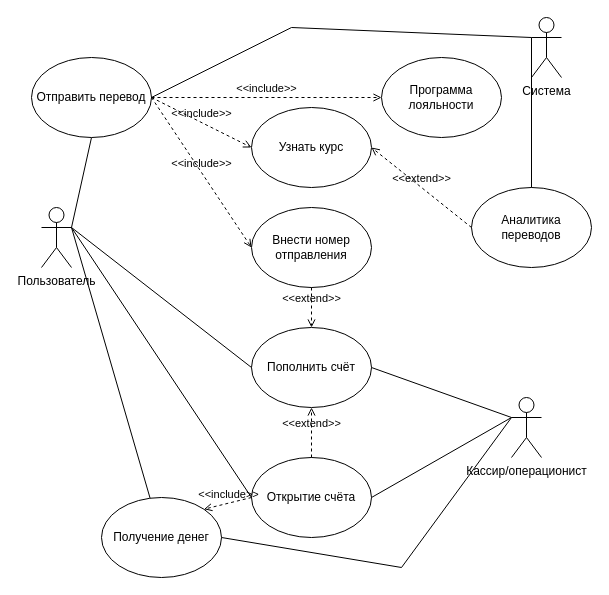
Above: page "Page-2" (2 of 2) of AIKMS2.drawio in nn80nn/DataBases (draw.io), before the change. Source tidied: cells renumbered, new cells numbered last; positions are measured from the earlier drawing's top-left corner, leaving out a move shared by most shapes. Both pictures are drawn from the tidied source at 100%, with x=0, y=0 at pixel (31, 17).
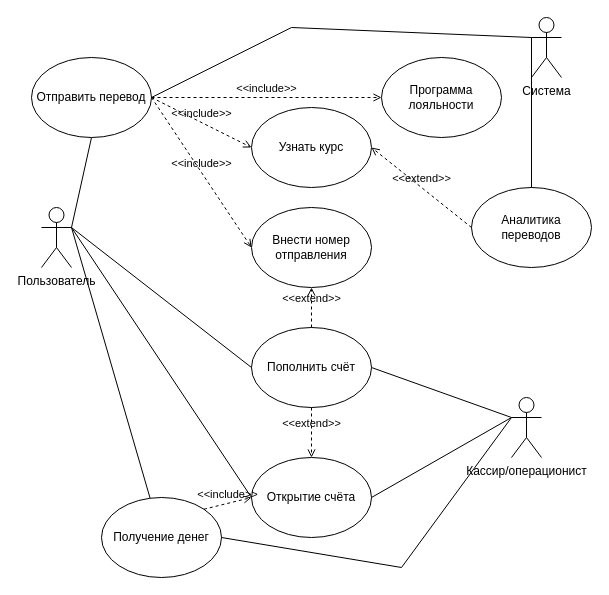
The same page after the edit.

The change refers to these unchanged cells:
```xml
<mxCell id="6" value="Внести номер отправления" style="ellipse;whiteSpace=wrap;html=1;" parent="1" vertex="1">
  <mxGeometry x="220" y="190" width="120" height="80" as="geometry" />
</mxCell>
<mxCell id="7" value="Пополнить счёт" style="ellipse;whiteSpace=wrap;html=1;" parent="1" vertex="1">
  <mxGeometry x="220" y="310" width="120" height="80" as="geometry" />
</mxCell>
<mxCell id="8" value="Получение денег" style="ellipse;whiteSpace=wrap;html=1;" parent="1" vertex="1">
  <mxGeometry x="70" y="480" width="120" height="80" as="geometry" />
</mxCell>
<mxCell id="9" value="Открытие счёта" style="ellipse;whiteSpace=wrap;html=1;" parent="1" vertex="1">
  <mxGeometry x="220" y="440" width="120" height="80" as="geometry" />
</mxCell>
```

Diff of the diagram source:
```diff
@@
-    <mxCell id="21" value="&amp;lt;&amp;lt;extend&amp;gt;&amp;gt;" style="html=1;verticalAlign=bottom;labelBackgroundColor=none;endArrow=open;endFill=0;dashed=1;rounded=0;exitX=0.5;exitY=0;exitDx=0;exitDy=0;entryX=0.5;entryY=1;entryDx=0;entryDy=0;" parent="1" edge="1" source="9" target="7">
+    <mxCell id="21" value="&amp;lt;&amp;lt;extend&amp;gt;&amp;gt;" style="html=1;verticalAlign=bottom;labelBackgroundColor=none;endArrow=open;endFill=0;dashed=1;rounded=0;entryX=0.5;entryY=0;entryDx=0;entryDy=0;exitX=0.5;exitY=1;exitDx=0;exitDy=0;" parent="1" edge="1" source="7" target="9">
       <mxGeometry relative="1" as="geometry" />
     </mxCell>
-    <mxCell id="22" value="&amp;lt;&amp;lt;extend&amp;gt;&amp;gt;" style="html=1;verticalAlign=bottom;labelBackgroundColor=none;endArrow=open;endFill=0;dashed=1;rounded=0;entryX=0.5;entryY=0;entryDx=0;entryDy=0;exitX=0.5;exitY=1;exitDx=0;exitDy=0;" parent="1" edge="1" source="6" target="7">
+    <mxCell id="22" value="&amp;lt;&amp;lt;extend&amp;gt;&amp;gt;" style="html=1;verticalAlign=bottom;labelBackgroundColor=none;endArrow=open;endFill=0;dashed=1;rounded=0;exitX=0.5;exitY=0;exitDx=0;exitDy=0;entryX=0.5;entryY=1;entryDx=0;entryDy=0;" parent="1" edge="1" source="7" target="6">
       <mxGeometry relative="1" as="geometry" />
     </mxCell>
@@
-    <mxCell id="27" value="&amp;lt;&amp;lt;include&amp;gt;&amp;gt;" style="html=1;verticalAlign=bottom;labelBackgroundColor=none;endArrow=open;endFill=0;dashed=1;rounded=0;entryX=1;entryY=0;entryDx=0;entryDy=0;exitX=0;exitY=0.5;exitDx=0;exitDy=0;" parent="1" edge="1" source="9" target="8">
+    <mxCell id="27" value="&amp;lt;&amp;lt;include&amp;gt;&amp;gt;" style="html=1;verticalAlign=bottom;labelBackgroundColor=none;endArrow=open;endFill=0;dashed=1;rounded=0;exitX=1;exitY=0;exitDx=0;exitDy=0;entryX=0;entryY=0.5;entryDx=0;entryDy=0;" parent="1" edge="1" source="8" target="9">
       <mxGeometry relative="1" as="geometry" />
     </mxCell>
```
